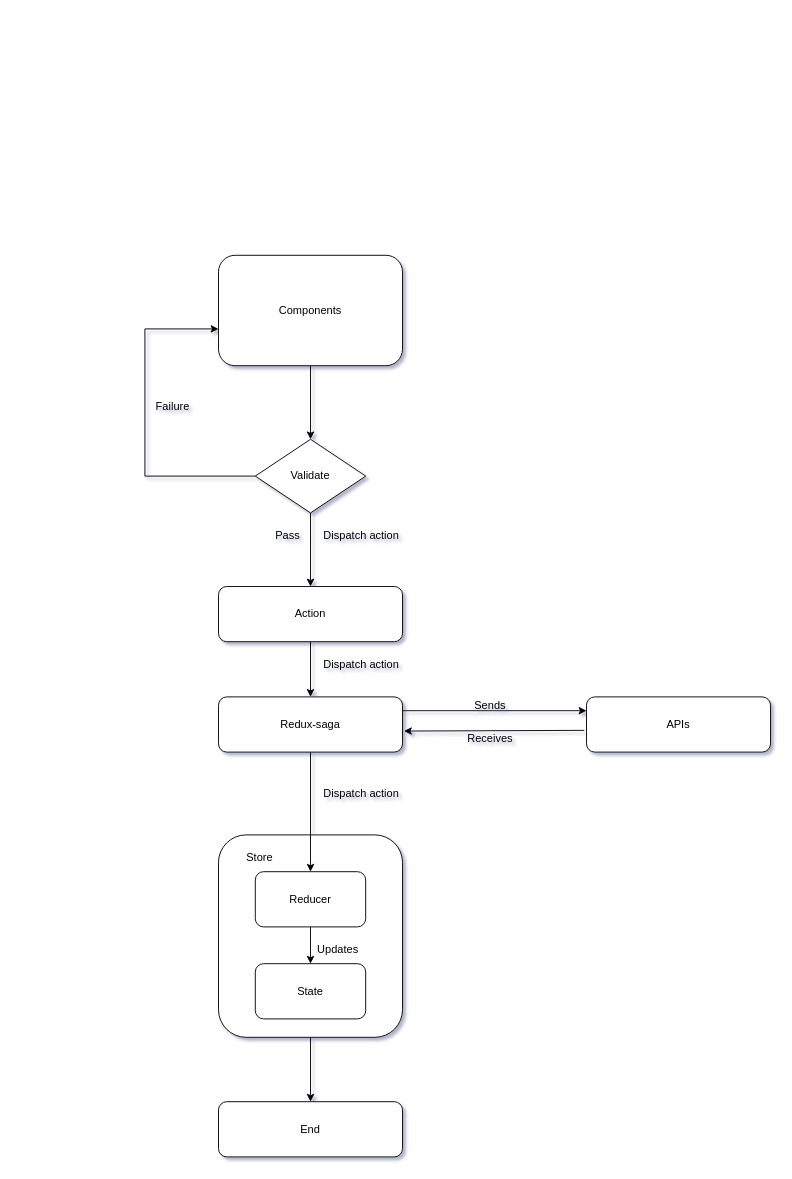
The draw.io diagram Untitled Diagram.drawio in nashtech-longvohong/drawio, before the edit. Source tidied: cells renumbered, new cells numbered last; positions are measured from the earlier drawing's top-left corner, leaving out a move shared by most shapes. Both pictures are drawn from the tidied source at 92%, with x=0, y=0 at pixel (144, 255).
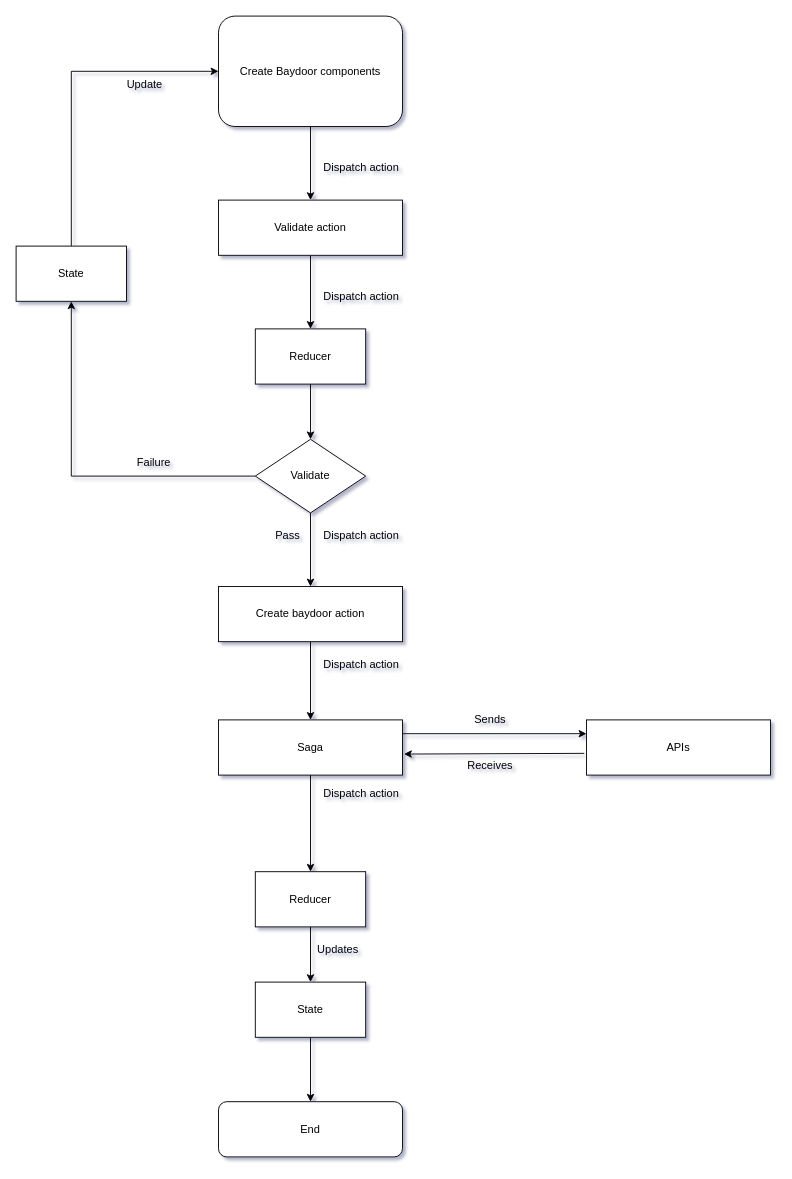
The same diagram, later.

Unchanged cells that the change refers to:
```xml
<mxCell id="4" value="Validate" style="rhombus;whiteSpace=wrap;html=1;" parent="1" vertex="1">
  <mxGeometry x="120" y="200" width="120" height="80" as="geometry" />
</mxCell>
```

What changed in the source:
```diff
@@
-    <mxCell id="2" style="edgeStyle=orthogonalEdgeStyle;rounded=0;jettySize=auto;html=1;entryX=0.5;entryY=0;entryDx=0;entryDy=0;" parent="1" edge="1" source="3" target="4">
-      <mxGeometry relative="1" as="geometry" />
-    </mxCell>
+    <mxCell id="31" style="edgeStyle=orthogonalEdgeStyle;rounded=0;jettySize=auto;html=1;entryX=0.5;entryY=0;entryDx=0;entryDy=0;" parent="1" edge="1" source="3" target="33">
+      <mxGeometry relative="1" as="geometry" />
+    </mxCell>
-    <mxCell id="3" value="Components" style="rounded=1;whiteSpace=wrap;html=1;" parent="1" vertex="1">
-      <mxGeometry x="80" width="200" height="120" as="geometry" />
+    <mxCell id="3" value="Create Baydoor components" style="whiteSpace=wrap;html=1;rounded=1;" parent="1" vertex="1">
+      <mxGeometry x="80" y="-260" width="200" height="120" as="geometry" />
     </mxCell>
@@
-    <mxCell id="5" style="endArrow=none;html=1;rounded=0;entryX=0;entryY=0.5;entryDx=0;entryDy=0;" parent="1" edge="1" target="4">
-      <mxGeometry relative="1" as="geometry">
-        <mxPoint y="240" as="sourcePoint" />
-      </mxGeometry>
-    </mxCell>
-    <mxCell id="6" style="endArrow=none;html=1;rounded=0;" parent="1" edge="1">
-      <mxGeometry relative="1" as="geometry">
-        <mxPoint y="80" as="sourcePoint" />
-        <mxPoint y="240" as="targetPoint" />
-      </mxGeometry>
-    </mxCell>
-    <mxCell id="7" style="endArrow=classic;html=1;rounded=0;" parent="1" edge="1">
-      <mxGeometry relative="1" as="geometry">
-        <mxPoint y="80" as="sourcePoint" />
-        <mxPoint x="80" y="80" as="targetPoint" />
-      </mxGeometry>
-    </mxCell>
-    <mxCell id="8" value="Failure" style="text;html=1;align=center;verticalAlign=middle;strokeColor=none;fillColor=none;" parent="1" vertex="1">
-      <mxGeometry y="150" width="60" height="30" as="geometry" />
-    </mxCell>
-    <mxCell id="9" value="Redux-saga" style="rounded=1;whiteSpace=wrap;html=1;" parent="1" vertex="1">
-      <mxGeometry x="80" y="480" width="200" height="60" as="geometry" />
+    <mxCell id="9" value="Saga" style="rounded=0;whiteSpace=wrap;html=1;" parent="1" vertex="1">
+      <mxGeometry x="80" y="505" width="200" height="60" as="geometry" />
     </mxCell>
@@
-    <mxCell id="11" value="APIs" style="rounded=1;whiteSpace=wrap;html=1;" parent="1" vertex="1">
-      <mxGeometry x="480" y="480" width="200" height="60" as="geometry" />
+    <mxCell id="11" value="APIs" style="rounded=0;whiteSpace=wrap;html=1;" parent="1" vertex="1">
+      <mxGeometry x="480" y="505" width="200" height="60" as="geometry" />
     </mxCell>
@@
     <mxCell id="14" value="Sends" style="text;html=1;align=center;verticalAlign=middle;strokeColor=none;fillColor=none;rotation=0;" parent="1" vertex="1">
-      <mxGeometry x="345" y="475" width="60" height="30" as="geometry" />
+      <mxGeometry x="345" y="490" width="60" height="30" as="geometry" />
     </mxCell>
     <mxCell id="15" value="Receives" style="text;html=1;align=center;verticalAlign=middle;strokeColor=none;fillColor=none;" parent="1" vertex="1">
-      <mxGeometry x="340" y="510" width="70" height="30" as="geometry" />
+      <mxGeometry x="340" y="540" width="70" height="30" as="geometry" />
     </mxCell>
@@
-    <mxCell id="17" style="edgeStyle=orthogonalEdgeStyle;rounded=0;jettySize=auto;html=1;exitX=0.5;exitY=1;exitDx=0;exitDy=0;entryX=0.5;entryY=0;entryDx=0;entryDy=0;" parent="1" edge="1" source="18" target="25">
+    <mxCell id="17" style="edgeStyle=orthogonalEdgeStyle;rounded=0;jettySize=auto;html=1;exitX=0.5;exitY=1;exitDx=0;exitDy=0;entryX=0.5;entryY=0;entryDx=0;entryDy=0;" parent="1" edge="1" source="21" target="25">
       <mxGeometry relative="1" as="geometry" />
     </mxCell>
-    <mxCell id="18" style="rounded=1;whiteSpace=wrap;html=1;" parent="1" vertex="1">
-      <mxGeometry x="80" y="630" width="200" height="220" as="geometry" />
-    </mxCell>
@@
-    <mxCell id="20" value="Reducer" style="rounded=1;whiteSpace=wrap;html=1;" parent="1" vertex="1">
+    <mxCell id="20" value="Reducer" style="rounded=0;whiteSpace=wrap;html=1;" parent="1" vertex="1">
       <mxGeometry x="120" y="670" width="120" height="60" as="geometry" />
     </mxCell>
-    <mxCell id="21" value="State" style="rounded=1;whiteSpace=wrap;html=1;" parent="1" vertex="1">
-      <mxGeometry x="120" y="770" width="120" height="60" as="geometry" />
+    <mxCell id="21" value="State" style="rounded=0;whiteSpace=wrap;html=1;" parent="1" vertex="1">
+      <mxGeometry x="120" y="790" width="120" height="60" as="geometry" />
     </mxCell>
-    <mxCell id="22" value="Store" style="text;html=1;strokeColor=none;fillColor=none;align=center;verticalAlign=middle;whiteSpace=wrap;rounded=0;" parent="1" vertex="1">
-      <mxGeometry x="95" y="640" width="60" height="30" as="geometry" />
-    </mxCell>
@@
-    <mxCell id="25" value="End" style="rounded=1;whiteSpace=wrap;html=1;" parent="1" vertex="1">
+    <mxCell id="25" value="End" style="rounded=1;whiteSpace=wrap;html=1;glass=0;sketch=0;" parent="1" vertex="1">
       <mxGeometry x="80" y="920" width="200" height="60" as="geometry" />
     </mxCell>
@@
-    <mxCell id="28" value="Action" style="rounded=1;whiteSpace=wrap;html=1;" parent="1" vertex="1">
+    <mxCell id="28" value="Create baydoor action" style="rounded=0;whiteSpace=wrap;html=1;" parent="1" vertex="1">
       <mxGeometry x="80" y="360" width="200" height="60" as="geometry" />
     </mxCell>
@@
+    <mxCell id="32" style="edgeStyle=orthogonalEdgeStyle;rounded=0;jettySize=auto;html=1;" parent="1" edge="1" source="33" target="37">
+      <mxGeometry relative="1" as="geometry" />
+    </mxCell>
+    <mxCell id="33" value="Validate action" style="rounded=0;whiteSpace=wrap;html=1;" parent="1" vertex="1">
+      <mxGeometry x="80" y="-60" width="200" height="60" as="geometry" />
+    </mxCell>
+    <mxCell id="34" value="Dispatch action" style="text;html=1;align=center;verticalAlign=middle;strokeColor=none;fillColor=none;" parent="1" vertex="1">
+      <mxGeometry x="180" y="-110" width="110" height="30" as="geometry" />
+    </mxCell>
+    <mxCell id="35" style="edgeStyle=orthogonalEdgeStyle;rounded=0;jettySize=auto;html=1;entryX=0.5;entryY=0;entryDx=0;entryDy=0;" parent="1" edge="1" source="37" target="4">
+      <mxGeometry relative="1" as="geometry" />
+    </mxCell>
+    <mxCell id="36" style="edgeStyle=orthogonalEdgeStyle;rounded=0;jettySize=auto;html=1;entryX=0.5;entryY=1;entryDx=0;entryDy=0;exitX=0;exitY=0.5;exitDx=0;exitDy=0;" parent="1" edge="1" source="4" target="40">
+      <mxGeometry relative="1" as="geometry" />
+    </mxCell>
+    <mxCell id="37" value="Reducer" style="rounded=0;whiteSpace=wrap;html=1;" parent="1" vertex="1">
+      <mxGeometry x="120" y="80" width="120" height="60" as="geometry" />
+    </mxCell>
+    <mxCell id="38" value="Dispatch action" style="text;html=1;align=center;verticalAlign=middle;strokeColor=none;fillColor=none;" parent="1" vertex="1">
+      <mxGeometry x="180" y="30" width="110" height="30" as="geometry" />
+    </mxCell>
+    <mxCell id="39" style="edgeStyle=orthogonalEdgeStyle;rounded=0;jettySize=auto;html=1;entryX=0;entryY=0.5;entryDx=0;entryDy=0;" parent="1" edge="1" source="40" target="3">
+      <mxGeometry relative="1" as="geometry">
+        <Array as="points">
+          <mxPoint x="-80" y="-200" />
+        </Array>
+      </mxGeometry>
+    </mxCell>
+    <mxCell id="40" value="State" style="rounded=0;whiteSpace=wrap;html=1;glass=0;sketch=0;" parent="1" vertex="1">
+      <mxGeometry x="-140" y="-10" width="120" height="60" as="geometry" />
+    </mxCell>
+    <mxCell id="41" value="Update" style="text;html=1;strokeColor=none;fillColor=none;align=center;verticalAlign=middle;whiteSpace=wrap;rounded=0;glass=0;sketch=0;" parent="1" vertex="1">
+      <mxGeometry x="-30" y="-200" width="60" height="30" as="geometry" />
+    </mxCell>
+    <mxCell id="8" value="Failure" style="text;html=1;strokeColor=none;fillColor=none;align=center;verticalAlign=middle;whiteSpace=wrap;rounded=0;glass=0;sketch=0;" parent="1" vertex="1">
+      <mxGeometry x="-20" y="210" width="60" height="30" as="geometry" />
+    </mxCell>
```
